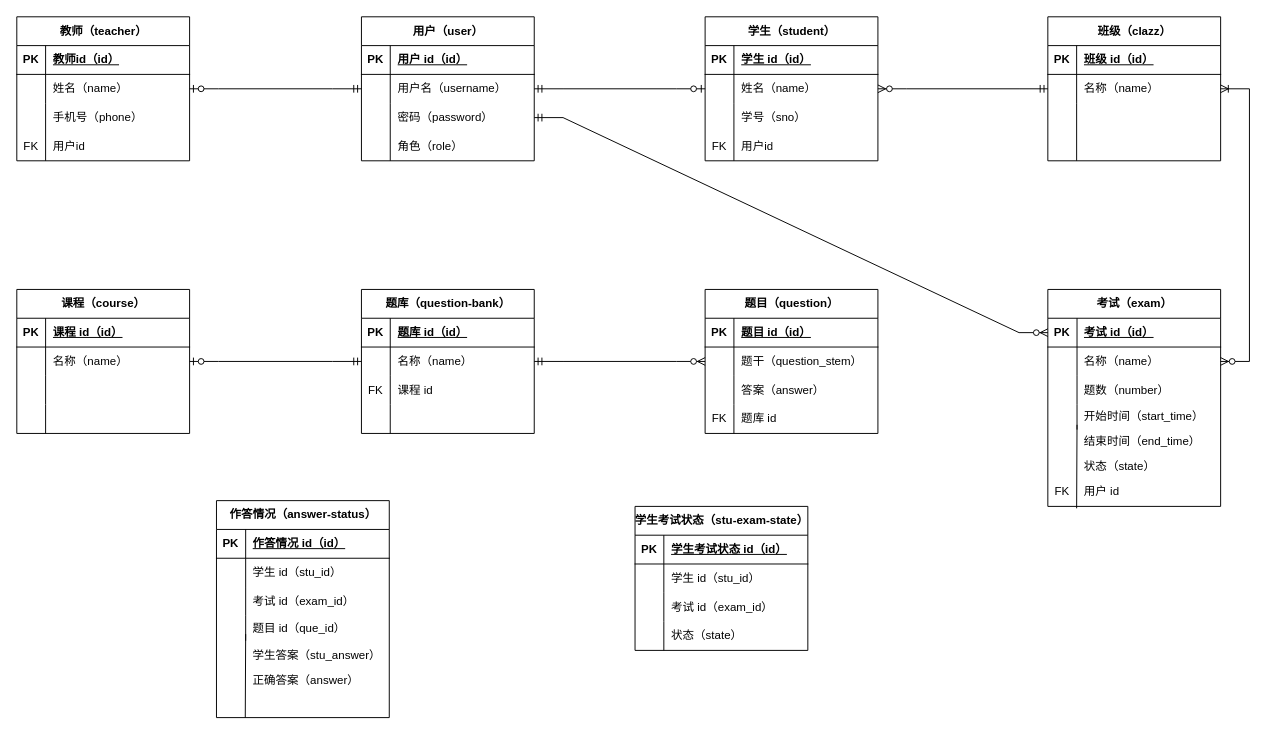
This is documents/ER.drawio from HHepan/online-exam, a draw.io file, before an edit. Source tidied: cells renumbered, new cells numbered last; positions are measured from the earlier drawing's top-left corner, leaving out a move shared by most shapes. Both pictures are drawn from the tidied source at 96%, with x=0, y=0 at pixel (16, 16).
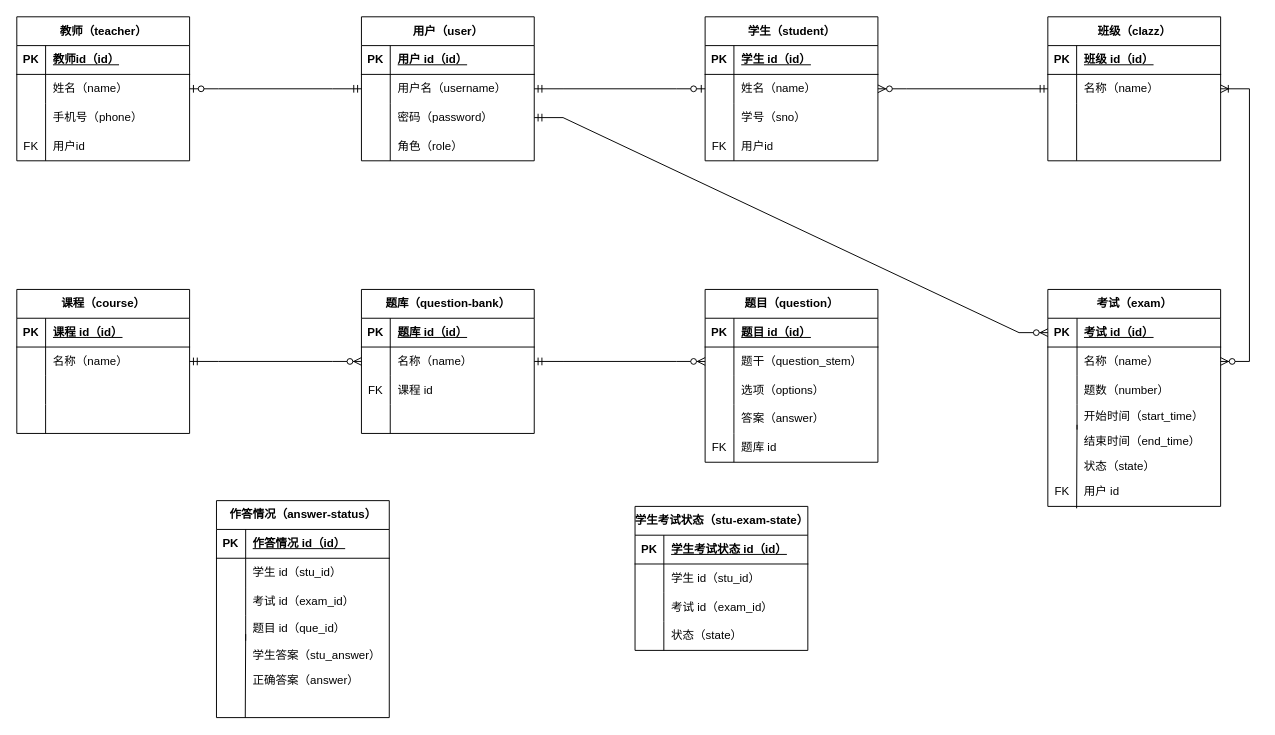
Above is the later version.

Unchanged cells that the change refers to:
```xml
<mxCell id="47" style="shape=tableRow;horizontal=0;startSize=0;swimlaneHead=0;swimlaneBody=0;fillColor=none;points=[[0,0.5],[1,0.5]];portConstraint=eastwest;top=0;left=0;right=0;bottom=0;" parent="43" vertex="1">
  <mxGeometry y="60" width="180" height="30" as="geometry" />
</mxCell>
<mxCell id="74" style="shape=tableRow;horizontal=0;startSize=0;swimlaneHead=0;swimlaneBody=0;fillColor=none;points=[[0,0.5],[1,0.5]];portConstraint=eastwest;top=0;left=0;right=0;bottom=0;" parent="70" vertex="1">
  <mxGeometry y="60" width="180" height="30" as="geometry" />
</mxCell>
<mxCell id="90" style="shape=tableRow;horizontal=0;startSize=0;swimlaneHead=0;swimlaneBody=0;fillColor=none;top=0;left=0;right=0;bottom=0;" parent="83" vertex="1">
  <mxGeometry y="90" width="180" height="30" as="geometry" />
</mxCell>
```

Change to the diagram source:
```diff
@@
     <mxCell id="83" value="题目（question）" style="shape=table;startSize=30;childLayout=tableLayout;rowLines=0;fontStyle=1;align=center;html=1;" parent="1" vertex="1">
-      <mxGeometry x="717" y="284" width="180" height="150" as="geometry" />
+      <mxGeometry x="717" y="284" width="180" height="180" as="geometry" />
     </mxCell>
@@
-    <mxCell id="92" value="答案（answer）" style="shape=partialRectangle;fillColor=none;top=0;left=0;bottom=0;right=0;align=left;spacingLeft=6;overflow=hidden;whiteSpace=wrap;html=1;" parent="90" vertex="1">
+    <mxCell id="92" value="选项（options）" style="shape=partialRectangle;fillColor=none;top=0;left=0;bottom=0;right=0;align=left;spacingLeft=6;overflow=hidden;whiteSpace=wrap;html=1;" parent="90" vertex="1">
       <mxGeometry x="30" width="150" height="30" as="geometry" />
     </mxCell>
+    <mxCell id="147" style="shape=tableRow;horizontal=0;startSize=0;swimlaneHead=0;swimlaneBody=0;fillColor=none;top=0;left=0;right=0;bottom=0;" parent="83" vertex="1">
+      <mxGeometry y="120" width="180" height="30" as="geometry" />
+    </mxCell>
+    <mxCell id="148" style="shape=partialRectangle;fillColor=none;top=0;left=0;bottom=0;right=0;overflow=hidden;whiteSpace=wrap;html=1;" parent="147" vertex="1">
+      <mxGeometry width="30" height="30" as="geometry" />
+    </mxCell>
+    <mxCell id="149" value="答案（answer）" style="shape=partialRectangle;fillColor=none;top=0;left=0;bottom=0;right=0;align=left;spacingLeft=6;overflow=hidden;whiteSpace=wrap;html=1;" parent="147" vertex="1">
+      <mxGeometry x="30" width="150" height="30" as="geometry" />
+    </mxCell>
     <mxCell id="93" style="shape=tableRow;horizontal=0;startSize=0;swimlaneHead=0;swimlaneBody=0;fillColor=none;top=0;left=0;right=0;bottom=0;" parent="83" vertex="1">
-      <mxGeometry y="120" width="180" height="30" as="geometry" />
+      <mxGeometry y="150" width="180" height="30" as="geometry" />
     </mxCell>
@@
-    <mxCell id="96" style="edgeStyle=entityRelationEdgeStyle;fontSize=12;html=1;endArrow=ERzeroToOne;startArrow=ERmandOne;rounded=0;exitX=0;exitY=0.5;exitDx=0;exitDy=0;entryX=1;entryY=0.5;entryDx=0;entryDy=0;" parent="1" edge="1" source="74" target="47">
-      <mxGeometry relative="1" as="geometry" />
-    </mxCell>
@@
+    <mxCell id="150" style="edgeStyle=entityRelationEdgeStyle;fontSize=12;html=1;endArrow=ERzeroToMany;startArrow=ERmandOne;rounded=0;exitX=1;exitY=0.5;exitDx=0;exitDy=0;" parent="1" edge="1" source="47" target="74">
+      <mxGeometry relative="1" as="geometry" />
+    </mxCell>
```
